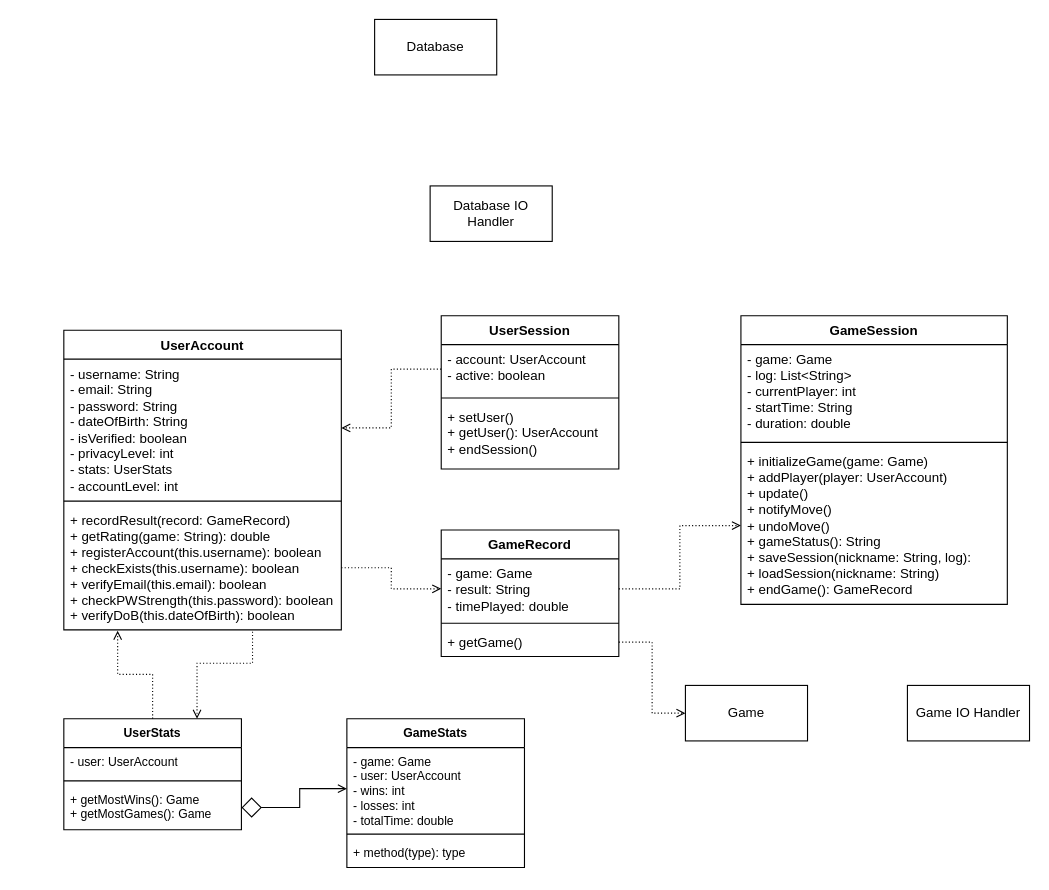
Earlier version of the draw.io diagram design/networking.drawio (ankondeadlarx/gitlab). Source tidied: cells renumbered, new cells numbered last; positions are measured from the earlier drawing's top-left corner, leaving out a move shared by most shapes. Both pictures are drawn from the tidied source at 111%, with x=0, y=0 at pixel (63, 19).
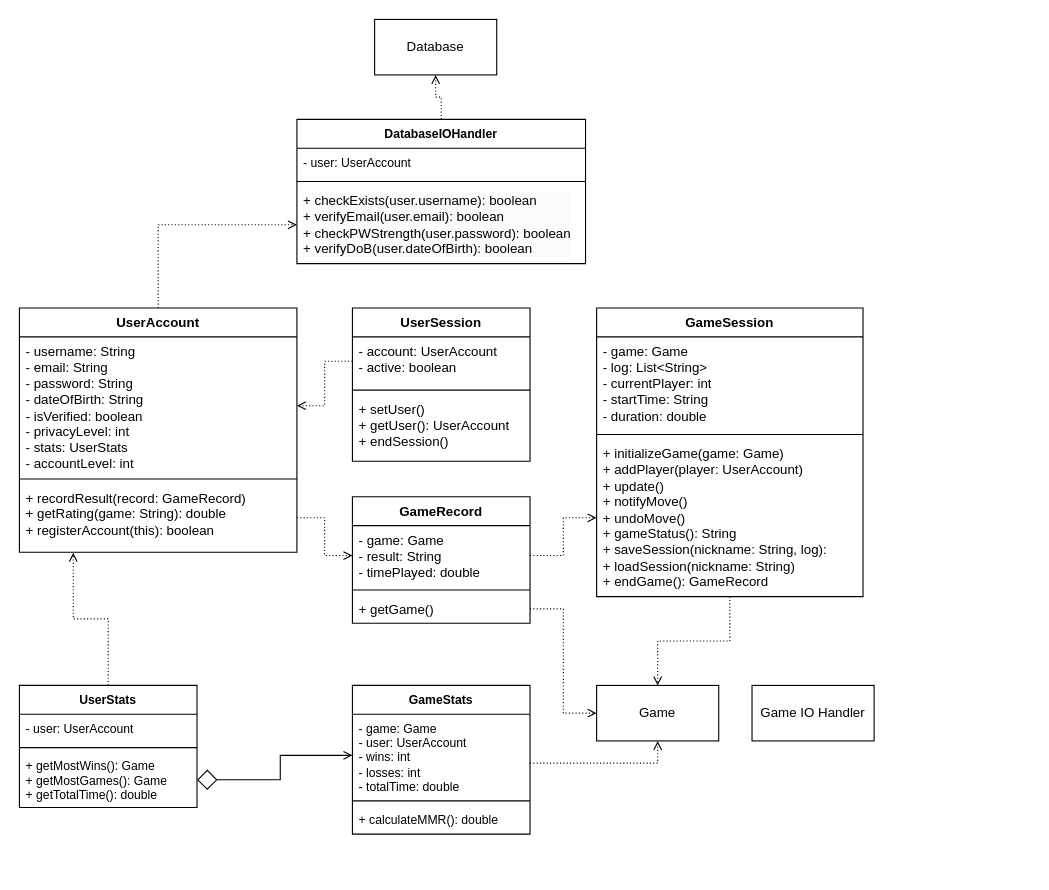
The same diagram, later.

Commit message (it also covers changes not shown here):
databaseIOHandler class taking some of the functionality from UserAccount class

Unchanged cells that the change refers to:
```xml
<mxCell id="6" value="Database" style="html=1;whiteSpace=wrap;" parent="1" vertex="1">
  <mxGeometry x="280" width="110" height="50" as="geometry" />
</mxCell>
<mxCell id="21" value="&lt;div&gt;+ initializeGame(game: Game)&lt;/div&gt;&lt;div&gt;+ addPlayer(player: UserAccount)&lt;/div&gt;+ update()&lt;div&gt;+ notifyMove()&lt;/div&gt;&lt;div&gt;+ undoMove()&lt;/div&gt;&lt;div&gt;+ gameStatus(): String&lt;/div&gt;&lt;div&gt;+ saveSession(nickname: String, log):&amp;nbsp;&lt;/div&gt;&lt;div&gt;+ loadSession(nickname: String)&lt;/div&gt;&lt;div&gt;+ endGame(): GameRecord&lt;/div&gt;" style="text;strokeColor=none;fillColor=none;align=left;verticalAlign=top;spacingLeft=4;spacingRight=4;overflow=hidden;points=[[0,0.5],[1,0.5]];portConstraint=eastwest;whiteSpace=wrap;html=1;" parent="18" vertex="1">
  <mxGeometry y="118" width="240" height="142" as="geometry" />
</mxCell>
<mxCell id="33" value="- game: Game&lt;div&gt;- user: UserAccount&lt;/div&gt;&lt;div&gt;- wins: int&lt;/div&gt;&lt;div&gt;- losses: int&lt;/div&gt;&lt;div&gt;- totalTime: double&lt;/div&gt;" style="text;strokeColor=none;fillColor=none;align=left;verticalAlign=top;spacingLeft=4;spacingRight=4;overflow=hidden;points=[[0,0.5],[1,0.5]];portConstraint=eastwest;whiteSpace=wrap;html=1;fontFamily=Helvetica;fontSize=11;fontColor=default;labelBackgroundColor=default;" parent="32" vertex="1">
  <mxGeometry y="26" width="160" height="74" as="geometry" />
</mxCell>
```

What changed in the source:
```diff
@@
+    <mxCell id="37" style="edgeStyle=orthogonalEdgeStyle;shape=connector;rounded=0;jettySize=auto;html=1;entryX=0;entryY=0.5;entryDx=0;entryDy=0;dashed=1;dashPattern=1 2;strokeColor=default;align=center;verticalAlign=middle;fontFamily=Helvetica;fontSize=11;fontColor=default;labelBackgroundColor=default;endArrow=open;endFill=0;" parent="1" edge="1" source="2" target="43">
+      <mxGeometry relative="1" as="geometry" />
+    </mxCell>
     <mxCell id="2" value="UserAccount" style="swimlane;fontStyle=1;align=center;verticalAlign=top;horizontal=1;startSize=26;whiteSpace=wrap;html=1;" parent="1" vertex="1">
-      <mxGeometry y="280" width="250" height="270" as="geometry" />
+      <mxGeometry x="-40" y="260" width="250" height="220" as="geometry" />
     </mxCell>
@@
-    <mxCell id="5" value="&lt;div&gt;+ recordResult(record: GameRecord)&lt;/div&gt;&lt;div&gt;+ getRating(game: String): double&lt;/div&gt;&lt;div&gt;+ registerAccount(this.username): boolean&lt;/div&gt;&lt;div&gt;+ checkExists(this.username): boolean&lt;/div&gt;&lt;div&gt;+ verifyEmail(this.email): boolean&lt;/div&gt;&lt;div&gt;+ checkPWStrength(this.password): boolean&lt;/div&gt;&lt;div&gt;+ verifyDoB(this.dateOfBirth): boolean&lt;/div&gt;" style="text;strokeColor=none;fillColor=none;align=left;verticalAlign=top;spacingLeft=4;spacingRight=4;overflow=hidden;points=[[0,0.5],[1,0.5]];portConstraint=eastwest;whiteSpace=wrap;html=1;" parent="2" vertex="1">
-      <mxGeometry y="158" width="250" height="112" as="geometry" />
+    <mxCell id="5" value="&lt;div&gt;+ recordResult(record: GameRecord)&lt;/div&gt;&lt;div&gt;+ getRating(game: String): double&lt;/div&gt;&lt;div&gt;+ registerAccount(this): boolean&lt;/div&gt;" style="text;strokeColor=none;fillColor=none;align=left;verticalAlign=top;spacingLeft=4;spacingRight=4;overflow=hidden;points=[[0,0.5],[1,0.5]];portConstraint=eastwest;whiteSpace=wrap;html=1;" parent="2" vertex="1">
+      <mxGeometry y="158" width="250" height="62" as="geometry" />
     </mxCell>
@@
     <mxCell id="7" value="Game" style="html=1;whiteSpace=wrap;" parent="1" vertex="1">
-      <mxGeometry x="560" y="600" width="110" height="50" as="geometry" />
+      <mxGeometry x="480" y="600" width="110" height="50" as="geometry" />
     </mxCell>
     <mxCell id="8" value="UserSession" style="swimlane;fontStyle=1;align=center;verticalAlign=top;horizontal=1;startSize=26;whiteSpace=wrap;html=1;" parent="1" vertex="1">
-      <mxGeometry x="340" y="267" width="160" height="138" as="geometry" />
+      <mxGeometry x="260" y="260" width="160" height="138" as="geometry" />
     </mxCell>
@@
     <mxCell id="12" value="GameRecord" style="swimlane;fontStyle=1;align=center;verticalAlign=top;horizontal=1;startSize=26;whiteSpace=wrap;html=1;" parent="1" vertex="1">
-      <mxGeometry x="340" y="460" width="160" height="114" as="geometry" />
+      <mxGeometry x="260" y="430" width="160" height="114" as="geometry" />
     </mxCell>
@@
-    <mxCell id="16" value="Database IO Handler" style="html=1;whiteSpace=wrap;" parent="1" vertex="1">
-      <mxGeometry x="330" y="150" width="110" height="50" as="geometry" />
-    </mxCell>
     <mxCell id="17" value="Game IO Handler" style="html=1;whiteSpace=wrap;" parent="1" vertex="1">
-      <mxGeometry x="760" y="600" width="110" height="50" as="geometry" />
+      <mxGeometry x="620" y="600" width="110" height="50" as="geometry" />
     </mxCell>
     <mxCell id="18" value="GameSession" style="swimlane;fontStyle=1;align=center;verticalAlign=top;horizontal=1;startSize=26;whiteSpace=wrap;html=1;" parent="1" vertex="1">
-      <mxGeometry x="610" y="267" width="240" height="260" as="geometry" />
+      <mxGeometry x="480" y="260" width="240" height="260" as="geometry" />
     </mxCell>
@@
     <mxCell id="26" value="UserStats" style="swimlane;fontStyle=1;align=center;verticalAlign=top;horizontal=1;startSize=26;whiteSpace=wrap;html=1;fontFamily=Helvetica;fontSize=11;fontColor=default;labelBackgroundColor=default;" parent="1" vertex="1">
-      <mxGeometry y="630" width="160" height="100" as="geometry" />
+      <mxGeometry x="-40" y="600" width="160" height="110" as="geometry" />
     </mxCell>
@@
-    <mxCell id="29" value="+ getMostWins(): Game&lt;div&gt;+ getMostGames(): Game&lt;/div&gt;" style="text;strokeColor=none;fillColor=none;align=left;verticalAlign=top;spacingLeft=4;spacingRight=4;overflow=hidden;points=[[0,0.5],[1,0.5]];portConstraint=eastwest;whiteSpace=wrap;html=1;fontFamily=Helvetica;fontSize=11;fontColor=default;labelBackgroundColor=default;" parent="26" vertex="1">
-      <mxGeometry y="60" width="160" height="40" as="geometry" />
+    <mxCell id="29" value="+ getMostWins(): Game&lt;div&gt;+ getMostGames(): Game&lt;/div&gt;&lt;div&gt;+ getTotalTime(): double&lt;/div&gt;" style="text;strokeColor=none;fillColor=none;align=left;verticalAlign=top;spacingLeft=4;spacingRight=4;overflow=hidden;points=[[0,0.5],[1,0.5]];portConstraint=eastwest;whiteSpace=wrap;html=1;fontFamily=Helvetica;fontSize=11;fontColor=default;labelBackgroundColor=default;" parent="26" vertex="1">
+      <mxGeometry y="60" width="160" height="50" as="geometry" />
     </mxCell>
@@
-    <mxCell id="31" style="edgeStyle=orthogonalEdgeStyle;shape=connector;rounded=0;jettySize=auto;html=1;entryX=0.75;entryY=0;entryDx=0;entryDy=0;dashed=1;dashPattern=1 2;strokeColor=default;align=center;verticalAlign=middle;fontFamily=Helvetica;fontSize=11;fontColor=default;labelBackgroundColor=default;endArrow=open;endFill=0;exitX=0.68;exitY=1.014;exitDx=0;exitDy=0;exitPerimeter=0;" parent="1" edge="1" source="5" target="26">
-      <mxGeometry relative="1" as="geometry">
-        <Array as="points">
-          <mxPoint x="170" y="580" />
-          <mxPoint x="120" y="580" />
-        </Array>
-      </mxGeometry>
-    </mxCell>
     <mxCell id="32" value="GameStats" style="swimlane;fontStyle=1;align=center;verticalAlign=top;horizontal=1;startSize=26;whiteSpace=wrap;html=1;fontFamily=Helvetica;fontSize=11;fontColor=default;labelBackgroundColor=default;" parent="1" vertex="1">
-      <mxGeometry x="255" y="630" width="160" height="134" as="geometry" />
+      <mxGeometry x="260" y="600" width="160" height="134" as="geometry" />
     </mxCell>
@@
-    <mxCell id="35" value="+ method(type): type" style="text;strokeColor=none;fillColor=none;align=left;verticalAlign=top;spacingLeft=4;spacingRight=4;overflow=hidden;whiteSpace=wrap;html=1;fontFamily=Helvetica;fontSize=11;fontColor=default;labelBackgroundColor=default;" parent="32" vertex="1">
+    <mxCell id="35" value="+ calculateMMR(): double" style="text;strokeColor=none;fillColor=none;align=left;verticalAlign=top;spacingLeft=4;spacingRight=4;overflow=hidden;whiteSpace=wrap;html=1;fontFamily=Helvetica;fontSize=11;fontColor=default;labelBackgroundColor=default;" parent="32" vertex="1">
       <mxGeometry y="108" width="160" height="26" as="geometry" />
     </mxCell>
@@
+    <mxCell id="38" style="edgeStyle=orthogonalEdgeStyle;rounded=0;jettySize=auto;html=1;entryX=0.5;entryY=1;entryDx=0;entryDy=0;dashed=1;dashPattern=1 2;strokeColor=default;align=center;verticalAlign=middle;fontFamily=Helvetica;fontSize=11;fontColor=default;labelBackgroundColor=default;endArrow=open;endFill=0;" parent="1" edge="1" source="33" target="7">
+      <mxGeometry relative="1" as="geometry">
+        <Array as="points">
+          <mxPoint x="535" y="670" />
+        </Array>
+      </mxGeometry>
+    </mxCell>
+    <mxCell id="39" style="edgeStyle=orthogonalEdgeStyle;shape=connector;rounded=0;jettySize=auto;html=1;dashed=1;dashPattern=1 2;strokeColor=default;align=center;verticalAlign=middle;fontFamily=Helvetica;fontSize=11;fontColor=default;labelBackgroundColor=default;endArrow=open;endFill=0;" parent="1" edge="1" source="40" target="6">
+      <mxGeometry relative="1" as="geometry" />
+    </mxCell>
+    <mxCell id="40" value="DatabaseIOHandler" style="swimlane;fontStyle=1;align=center;verticalAlign=top;horizontal=1;startSize=26;whiteSpace=wrap;html=1;fontFamily=Helvetica;fontSize=11;fontColor=default;labelBackgroundColor=default;" parent="1" vertex="1">
+      <mxGeometry x="210" y="90" width="260" height="130" as="geometry" />
+    </mxCell>
+    <mxCell id="41" value="- user: UserAccount" style="text;strokeColor=none;fillColor=none;align=left;verticalAlign=top;spacingLeft=4;spacingRight=4;overflow=hidden;whiteSpace=wrap;html=1;fontFamily=Helvetica;fontSize=11;fontColor=default;labelBackgroundColor=default;" parent="40" vertex="1">
+      <mxGeometry y="26" width="260" height="26" as="geometry" />
+    </mxCell>
+    <mxCell id="42" style="line;strokeWidth=1;fillColor=none;align=left;verticalAlign=middle;spacingTop=-1;spacingLeft=3;spacingRight=3;labelPosition=right;strokeColor=inherit;fontFamily=Helvetica;fontSize=11;fontColor=default;labelBackgroundColor=default;" parent="40" vertex="1">
+      <mxGeometry y="52" width="260" height="8" as="geometry" />
+    </mxCell>
+    <mxCell id="43" value="&lt;div&gt;&lt;div style=&quot;font-size: 12px; background-color: rgb(251, 251, 251);&quot;&gt;+ checkExists(user.username): boolean&lt;/div&gt;&lt;div style=&quot;font-size: 12px; background-color: rgb(251, 251, 251);&quot;&gt;+ verifyEmail(user.email): boolean&lt;/div&gt;&lt;div style=&quot;font-size: 12px; background-color: rgb(251, 251, 251);&quot;&gt;+ checkPWStrength(user.password): boolean&lt;/div&gt;&lt;div style=&quot;font-size: 12px; background-color: rgb(251, 251, 251);&quot;&gt;+ verifyDoB(user.dateOfBirth): boolean&lt;/div&gt;&lt;/div&gt;" style="text;strokeColor=none;fillColor=none;align=left;verticalAlign=top;spacingLeft=4;spacingRight=4;overflow=hidden;points=[[0,0.5],[1,0.5]];portConstraint=eastwest;whiteSpace=wrap;html=1;fontFamily=Helvetica;fontSize=11;fontColor=default;labelBackgroundColor=default;" parent="40" vertex="1">
+      <mxGeometry y="60" width="260" height="70" as="geometry" />
+    </mxCell>
+    <mxCell id="44" style="edgeStyle=orthogonalEdgeStyle;shape=connector;rounded=0;jettySize=auto;html=1;entryX=0.5;entryY=0;entryDx=0;entryDy=0;dashed=1;dashPattern=1 2;strokeColor=default;align=center;verticalAlign=middle;fontFamily=Helvetica;fontSize=11;fontColor=default;labelBackgroundColor=default;endArrow=open;endFill=0;" parent="1" edge="1" source="21" target="7">
+      <mxGeometry relative="1" as="geometry">
+        <Array as="points">
+          <mxPoint x="600" y="560" />
+          <mxPoint x="535" y="560" />
+        </Array>
+      </mxGeometry>
+    </mxCell>
```
